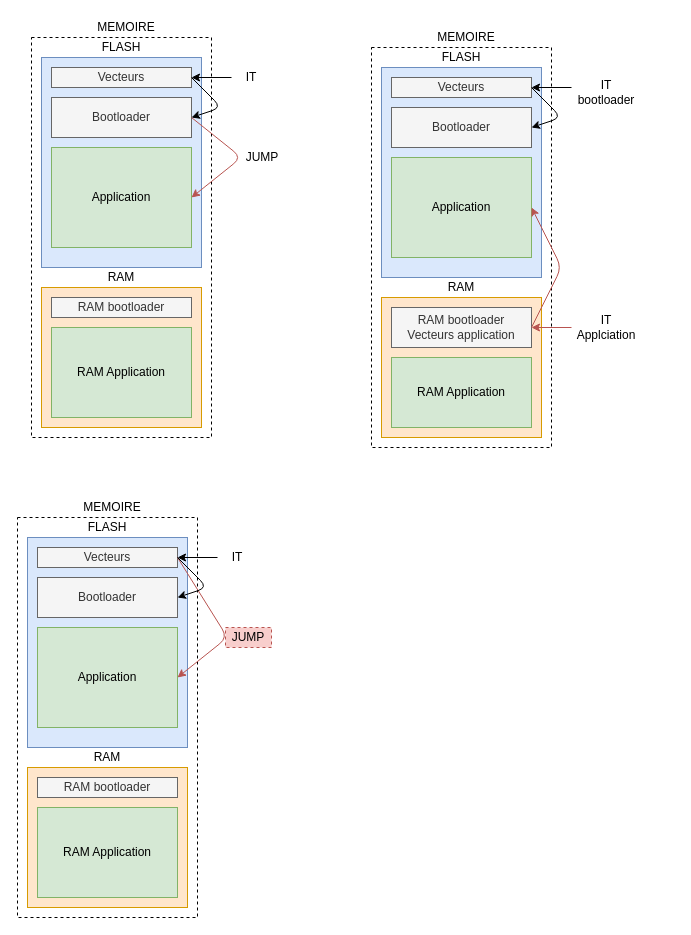
Earlier version of the draw.io diagram Images/memory2.drawio (GautierDev31/MCF51AG128_Bootloader_SPI). Source tidied: cells renumbered, new cells numbered last; positions are measured from the earlier drawing's top-left corner, leaving out a move shared by most shapes. Both pictures are drawn from the tidied source at 100%, with x=0, y=0 at pixel (17, 17).
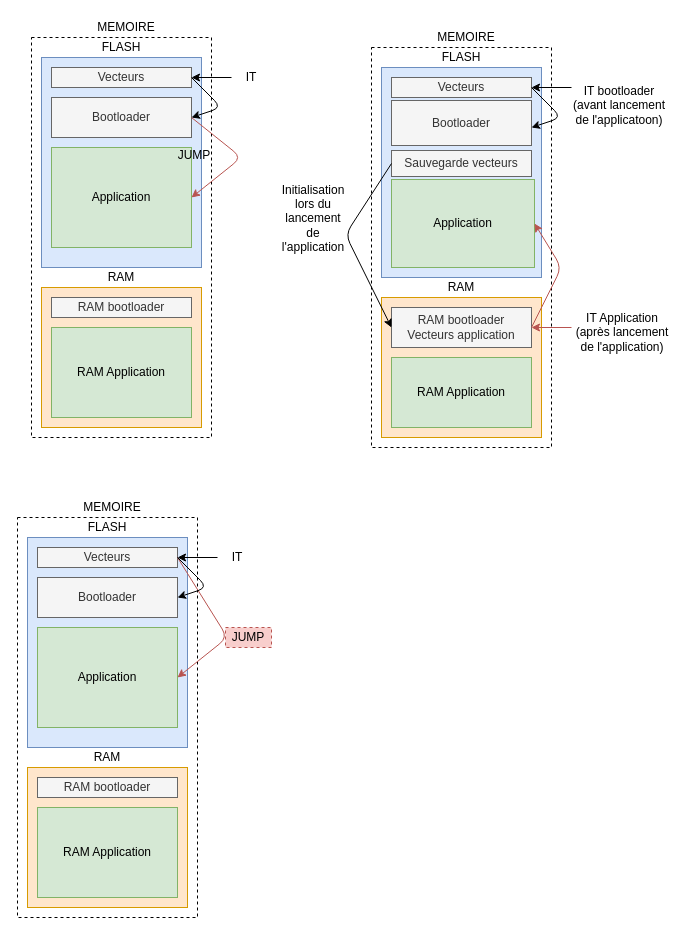
After the change.

Unchanged cells that the change refers to:
```xml
<mxCell id="24" value="RAM bootloader&lt;br&gt;Vecteurs application" style="rounded=0;whiteSpace=wrap;html=1;fillColor=#f5f5f5;strokeColor=#666666;fontColor=#333333;" parent="1" vertex="1">
  <mxGeometry x="374" y="290" width="140" height="40" as="geometry" />
</mxCell>
```

What changed in the source:
```diff
@@
     <mxCell id="17" value="JUMP" style="text;html=1;strokeColor=none;fillColor=none;align=center;verticalAlign=middle;whiteSpace=wrap;rounded=0;dashed=1;" parent="1" vertex="1">
-      <mxGeometry x="222" y="130" width="46" height="20" as="geometry" />
+      <mxGeometry x="154" y="128" width="46" height="20" as="geometry" />
     </mxCell>
@@
     <mxCell id="22" value="Bootloader" style="rounded=0;whiteSpace=wrap;html=1;fillColor=#f5f5f5;strokeColor=#666666;fontColor=#333333;" parent="1" vertex="1">
-      <mxGeometry x="374" y="90" width="140" height="40" as="geometry" />
+      <mxGeometry x="374" y="83" width="140" height="45" as="geometry" />
     </mxCell>
     <mxCell id="23" value="Application" style="rounded=0;whiteSpace=wrap;html=1;fillColor=#d5e8d4;strokeColor=#82b366;" parent="1" vertex="1">
-      <mxGeometry x="374" y="140" width="140" height="100" as="geometry" />
+      <mxGeometry x="374" y="162" width="143" height="88" as="geometry" />
     </mxCell>
@@
-    <mxCell id="30" value="IT bootloader" style="text;html=1;strokeColor=none;fillColor=none;align=center;verticalAlign=middle;whiteSpace=wrap;rounded=0;dashed=1;" parent="1" vertex="1">
-      <mxGeometry x="554" y="60" width="70" height="30" as="geometry" />
+    <mxCell id="30" value="IT bootloader&lt;br&gt;(avant lancement de l'applicatoon)" style="text;html=1;strokeColor=none;fillColor=none;align=center;verticalAlign=middle;whiteSpace=wrap;rounded=0;dashed=1;" parent="1" vertex="1">
+      <mxGeometry x="554" y="60" width="96" height="55" as="geometry" />
     </mxCell>
@@
-    <mxCell id="33" value="IT Applciation" style="text;html=1;strokeColor=none;fillColor=none;align=center;verticalAlign=middle;whiteSpace=wrap;rounded=0;dashed=1;" parent="1" vertex="1">
-      <mxGeometry x="554" y="295" width="70" height="30" as="geometry" />
+    <mxCell id="33" value="IT Application&lt;br&gt;(après lancement de l'application)" style="text;html=1;strokeColor=none;fillColor=none;align=center;verticalAlign=middle;whiteSpace=wrap;rounded=0;dashed=1;" parent="1" vertex="1">
+      <mxGeometry x="554" y="295" width="102" height="39" as="geometry" />
     </mxCell>
@@
+    <mxCell id="51" value="Sauvegarde vecteurs" style="rounded=0;whiteSpace=wrap;html=1;fillColor=#f5f5f5;strokeColor=#666666;fontColor=#333333;" parent="1" vertex="1">
+      <mxGeometry x="374" y="133" width="140" height="26" as="geometry" />
+    </mxCell>
+    <mxCell id="52" style="endArrow=classic;html=1;exitX=0;exitY=0.5;exitDx=0;exitDy=0;entryX=0;entryY=0.5;entryDx=0;entryDy=0;" parent="1" edge="1" source="51" target="24">
+      <mxGeometry relative="1" as="geometry">
+        <Array as="points">
+          <mxPoint x="328" y="217" />
+        </Array>
+      </mxGeometry>
+    </mxCell>
+    <mxCell id="53" value="Initialisation lors du lancement de l'application" style="text;html=1;strokeColor=none;fillColor=none;align=center;verticalAlign=middle;whiteSpace=wrap;rounded=0;dashed=1;" parent="1" vertex="1">
+      <mxGeometry x="259" y="166" width="74" height="69" as="geometry" />
+    </mxCell>
```
